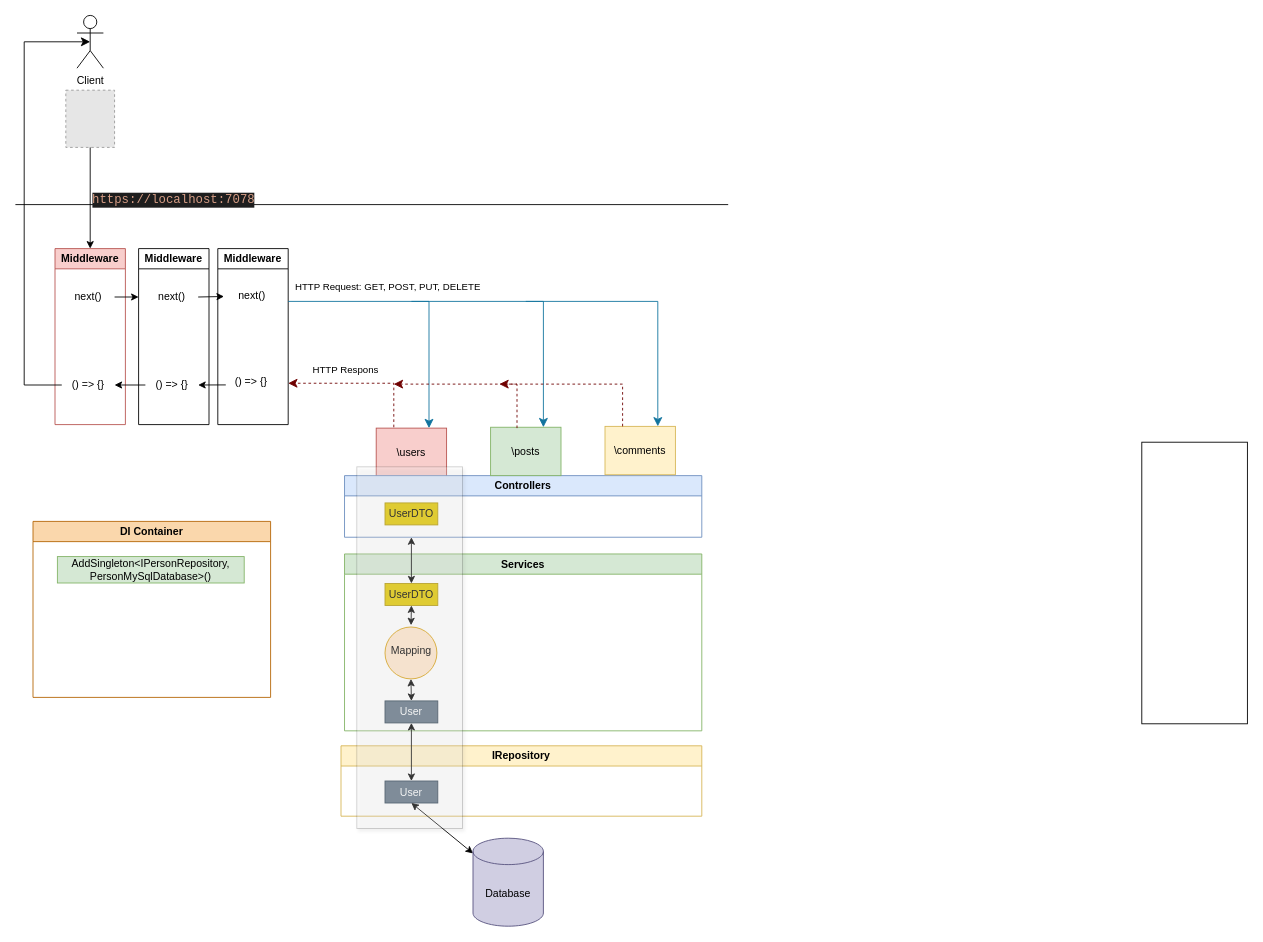
This is emne-7-avsprog/http-request-middleware-student-controller - 1.drawio from yngvemag/2024-emne-7-avsprog-students, a draw.io file, before an edit. Source tidied: cells renumbered, new cells numbered last; positions are measured from the earlier drawing's top-left corner, leaving out a move shared by most shapes. Both pictures are drawn from the tidied source at 88%, with x=0, y=0 at pixel (15, 15). Pictures stored in the file or linked from it are replaced by grey dashed boxes.
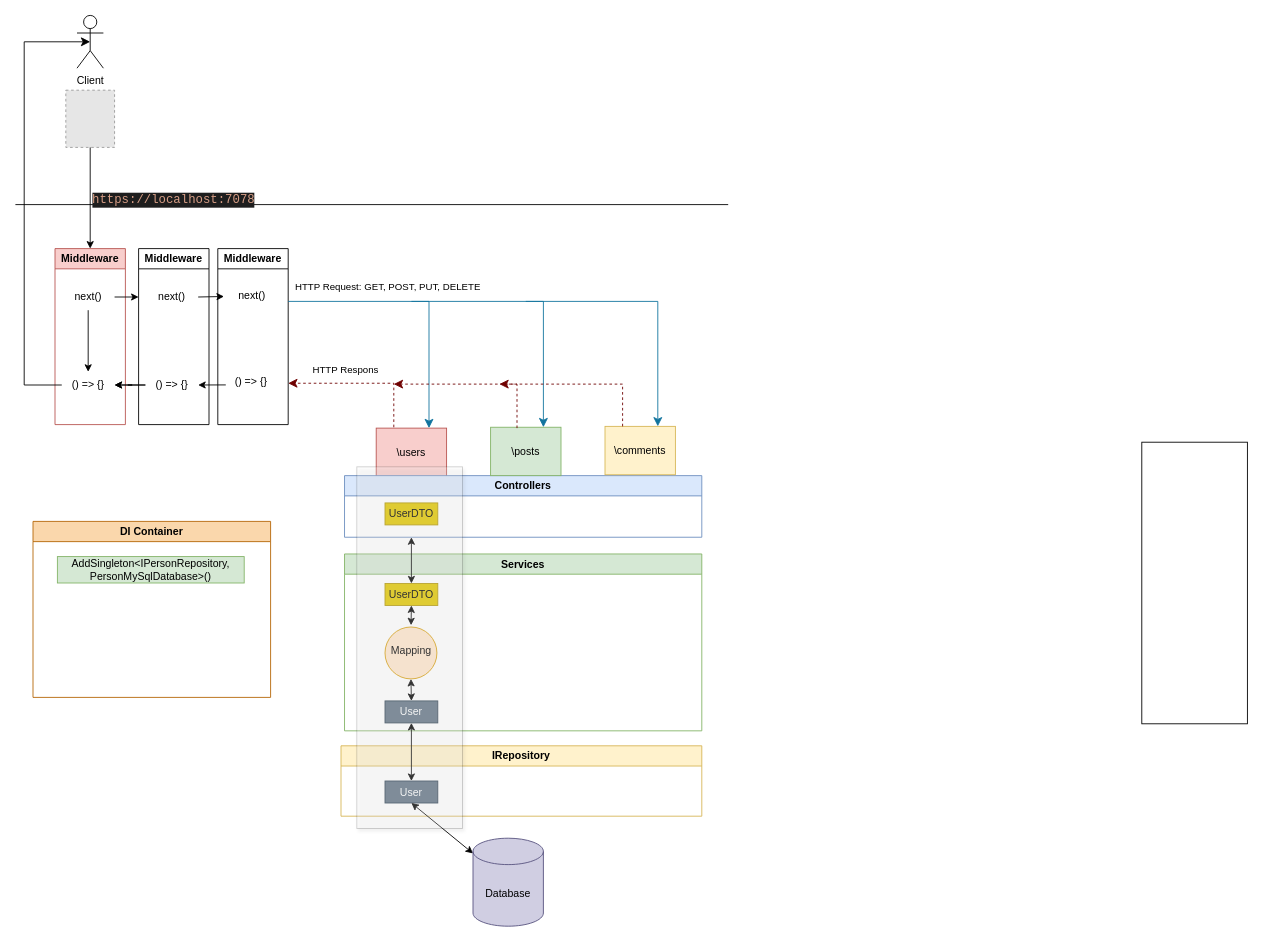
The same diagram, later.

Unchanged cells that the change refers to:
```xml
<mxCell id="5" value="Middleware" style="swimlane;whiteSpace=wrap;html=1;fillColor=#f8cecc;strokeColor=#b85450;" parent="1" vertex="1">
  <mxGeometry x="45" y="265" width="80" height="200" as="geometry" />
</mxCell>
<mxCell id="6" value="next()" style="text;html=1;align=center;verticalAlign=middle;whiteSpace=wrap;rounded=0;" parent="5" vertex="1">
  <mxGeometry x="7.7" y="40" width="60" height="30" as="geometry" />
</mxCell>
<mxCell id="7" value="() =&amp;gt; {}" style="text;html=1;align=center;verticalAlign=middle;whiteSpace=wrap;rounded=0;" parent="5" vertex="1">
  <mxGeometry x="7.7" y="140" width="60" height="30" as="geometry" />
</mxCell>
<mxCell id="11" value="() =&amp;gt; {}" style="text;html=1;align=center;verticalAlign=middle;whiteSpace=wrap;rounded=0;" parent="9" vertex="1">
  <mxGeometry x="7.7" y="140" width="60" height="30" as="geometry" />
</mxCell>
```

Change to the diagram source:
```diff
@@
+    <mxCell id="51" style="edgeStyle=orthogonalEdgeStyle;rounded=0;jettySize=auto;html=1;" parent="5" edge="1" source="6" target="7">
+      <mxGeometry relative="1" as="geometry" />
+    </mxCell>
@@
+    <mxCell id="52" style="edgeStyle=orthogonalEdgeStyle;rounded=0;jettySize=auto;html=1;" parent="1" edge="1" source="11" target="7">
+      <mxGeometry relative="1" as="geometry" />
+    </mxCell>
```
